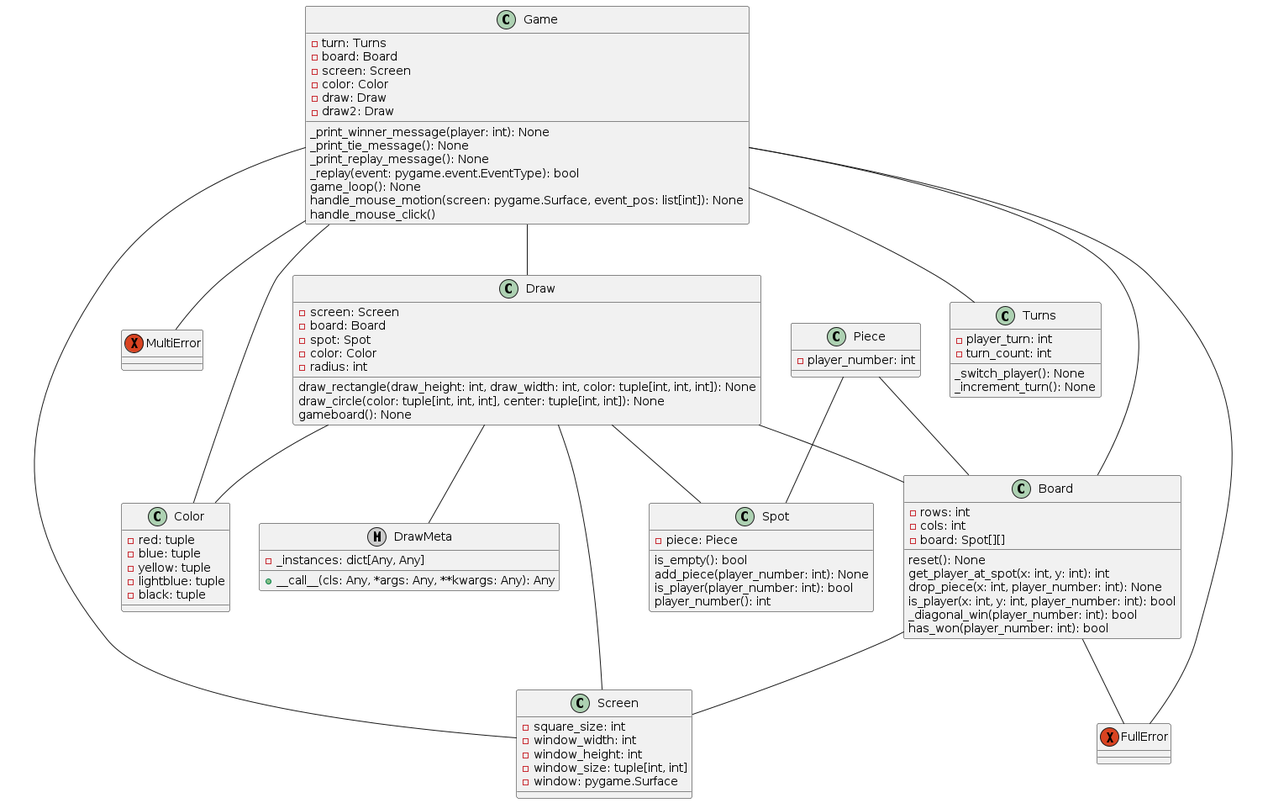
Above: design-analysis/Logical_View.png in austin-s970/OOP-Connect4 (PlantUML), before the change.
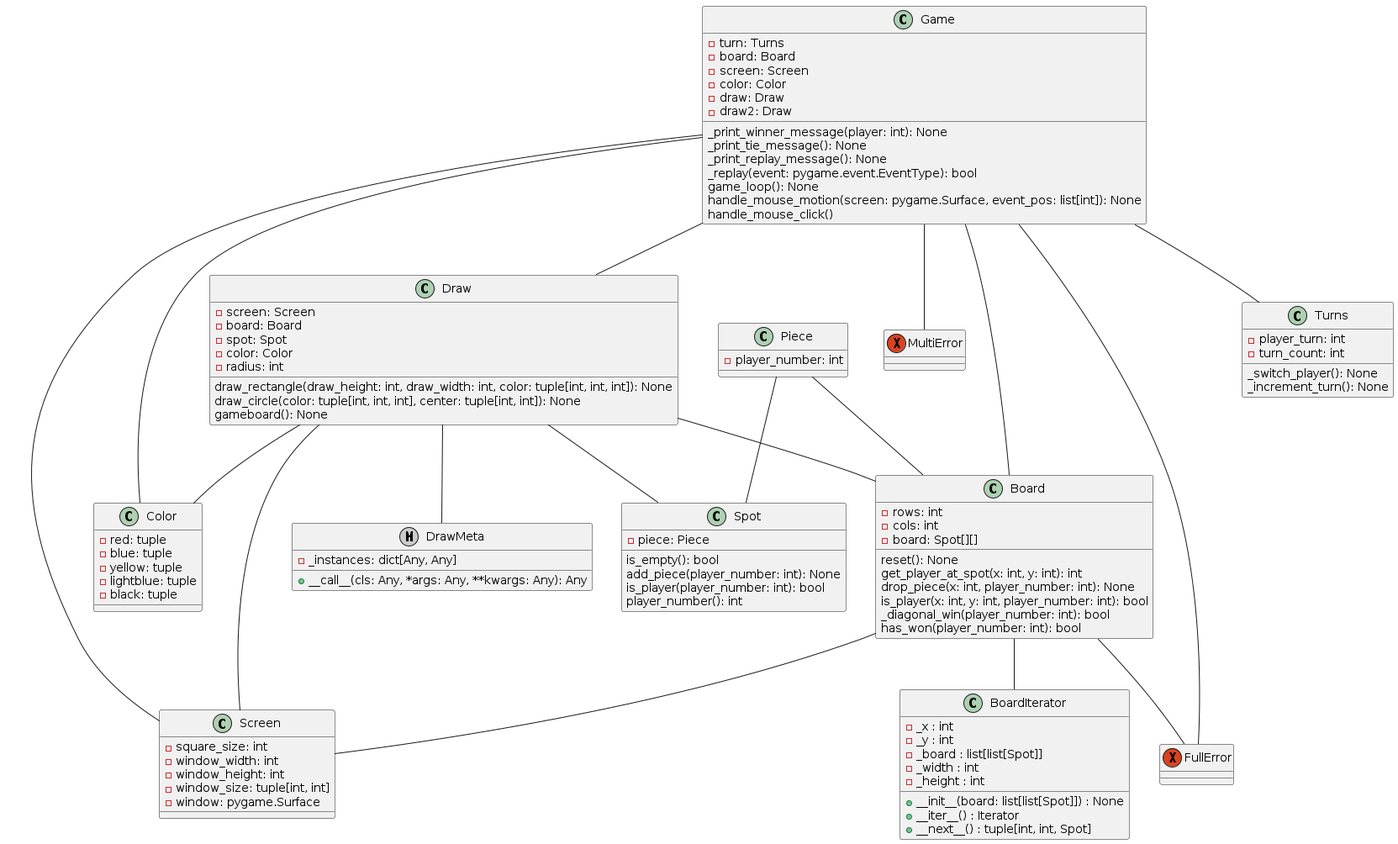
The same file after the commit.

Commit message:
updated design analysis for iterator

What changed in the source:
```diff
@@ -21,6 +21,17 @@
   -turn_count: int
   _switch_player(): None
   _increment_turn(): None
+}
+
+class BoardIterator {
+    -_x : int
+    -_y : int
+    -_board : list[list[Spot]]
+    -_width : int
+    -_height : int
+    +__init__(board: list[list[Spot]]) : None
+    +__iter__() : Iterator
+    +__next__() : tuple[int, int, Spot]
 }
 
 class Board {
@@ -91,6 +102,7 @@
 Game -- FullError
 Game -- MultiError
 
+Board -- BoardIterator
 Board -- Screen
 Board -- FullError
 
```
